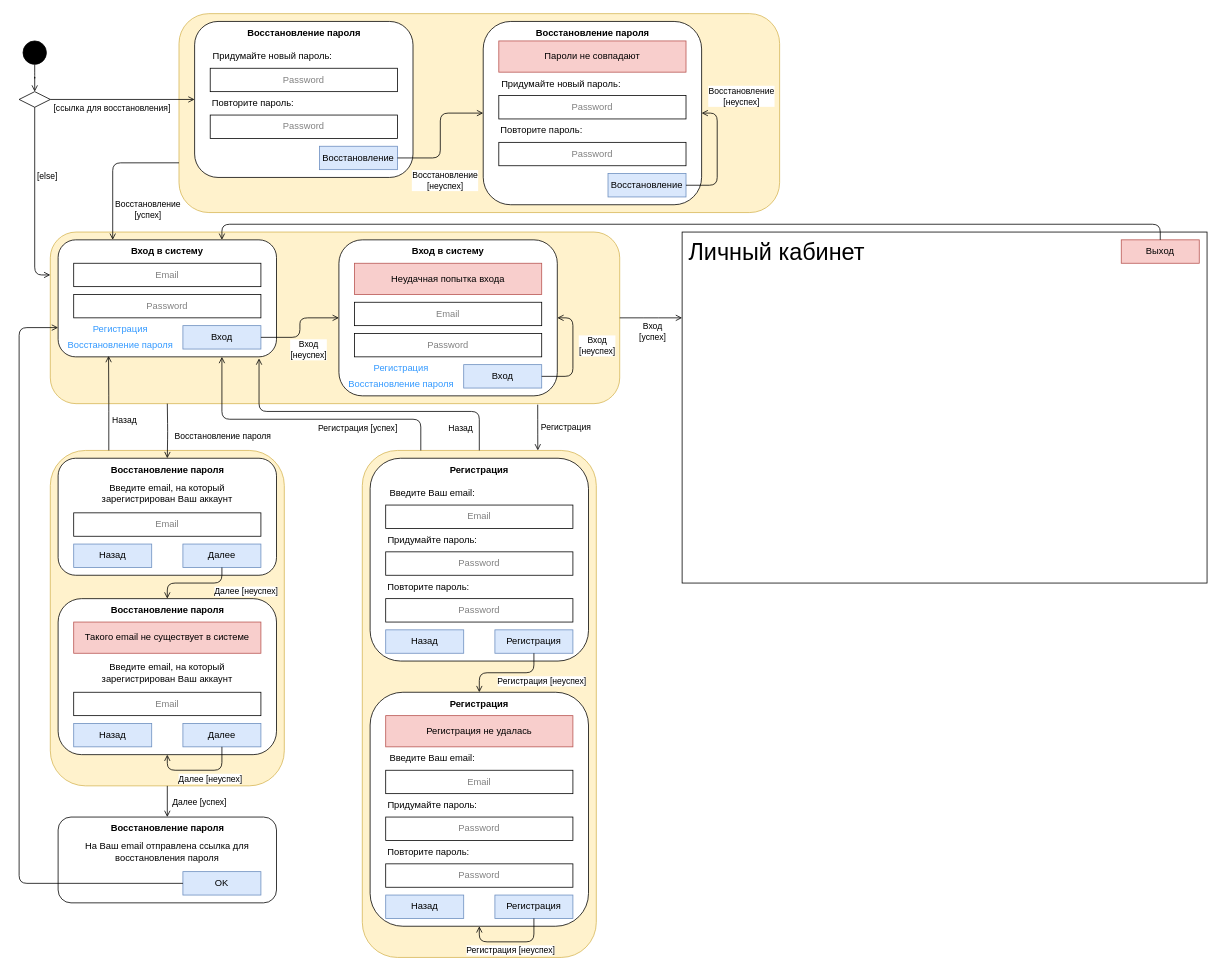
Earlier version of the draw.io diagram raw/gui.drawio (aVorotnikov/micro_design). Source tidied: cells renumbered, new cells numbered last; positions are measured from the earlier drawing's top-left corner, leaving out a move shared by most shapes. Both pictures are drawn from the tidied source at 78%, with x=0, y=0 at pixel (19, 13).
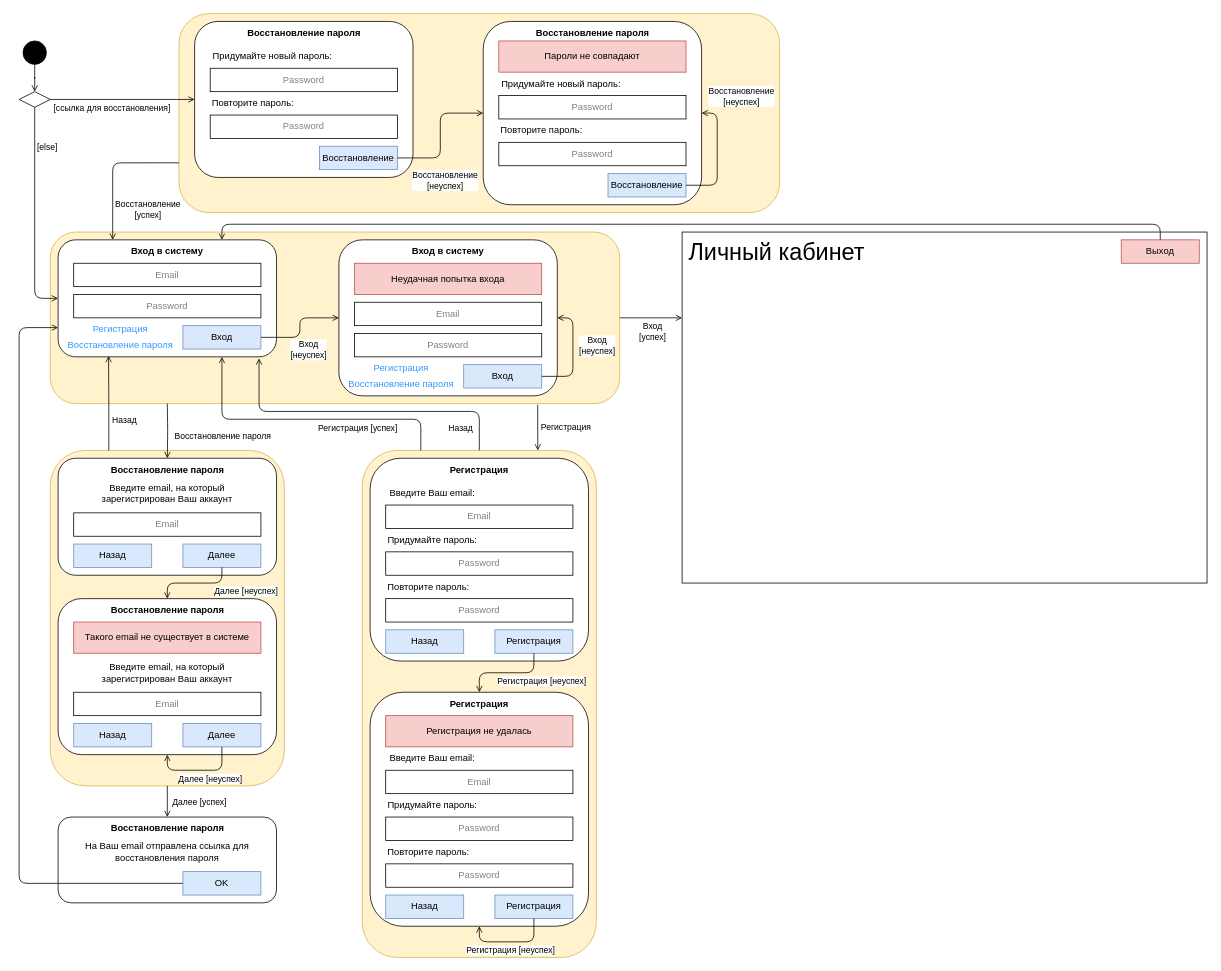
Above is the later version.

Commit message (it also covers changes not shown here):
Исправлена опечатка

Unchanged cells that the change refers to:
```xml
<mxCell id="5" style="rounded=1;whiteSpace=wrap;html=1;fillColor=#fff2cc;strokeColor=#d6b656;" parent="1" vertex="1">
  <mxGeometry x="40" y="280" width="730" height="220" as="geometry" />
</mxCell>
<mxCell id="6" style="rounded=1;whiteSpace=wrap;html=1;" parent="1" vertex="1">
  <mxGeometry x="50" y="290" width="280" height="150" as="geometry" />
</mxCell>
<mxCell id="92" style="rhombus;whiteSpace=wrap;html=1;" parent="1" vertex="1">
  <mxGeometry y="100" width="40" height="20" as="geometry" />
</mxCell>
```

The edit, as a diff of the source:
```diff
@@
-    <mxCell id="93" style="edgeStyle=orthogonalEdgeStyle;rounded=1;jettySize=auto;html=1;endArrow=open;endFill=0;curved=0;entryX=0;entryY=0.25;entryDx=0;entryDy=0;exitX=0.5;exitY=1;exitDx=0;exitDy=0;" parent="1" edge="1" source="92" target="5">
+    <mxCell id="93" style="edgeStyle=orthogonalEdgeStyle;rounded=1;jettySize=auto;html=1;endArrow=open;endFill=0;curved=0;entryX=0;entryY=0.5;entryDx=0;entryDy=0;exitX=0.5;exitY=1;exitDx=0;exitDy=0;" parent="1" edge="1" source="92" target="6">
       <mxGeometry relative="1" as="geometry" />
     </mxCell>
     <mxCell id="94" value="[else]" style="edgeLabel;html=1;align=center;verticalAlign=middle;" parent="93" vertex="1">
       <mxGeometry x="-0.25" relative="1" as="geometry">
-        <mxPoint x="15" as="offset" />
+        <mxPoint x="15" y="-53" as="offset" />
       </mxGeometry>
     </mxCell>
```
